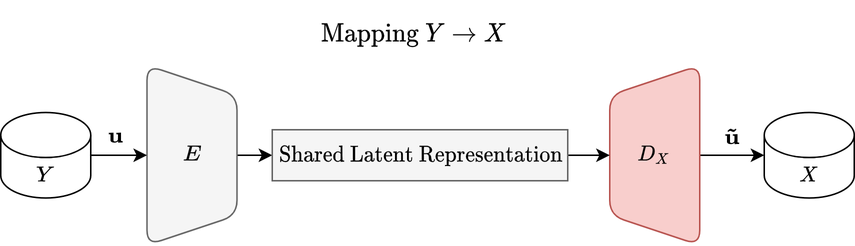
Before: report/assets/eval.png, a diagram exported from draw.io (HareshNasit/CSC413-Project). Source tidied: cells renumbered, new cells last; positions are measured from the earlier drawing's top-left corner, leaving out a move shared by most shapes.
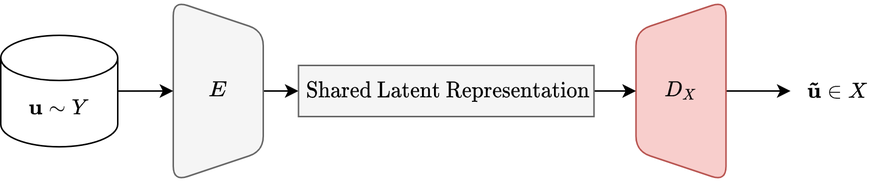
Later version of the same file.

The edit, as a diff of the source:
```diff
@@ -5,11 +5,13 @@
     <mxCell id="2" style="endArrow=classic;html=1;rounded=0;fontSize=14;entryX=0;entryY=0.5;entryDx=0;entryDy=0;exitX=1;exitY=0.5;exitDx=0;exitDy=0;" parent="1" edge="1" source="6" target="12">
       <mxGeometry relative="1" as="geometry" />
     </mxCell>
-    <mxCell id="3" style="endArrow=classic;html=1;rounded=0;fontSize=14;exitX=1;exitY=0.5;exitDx=0;exitDy=0;entryX=0;entryY=0.5;entryDx=0;entryDy=0;entryPerimeter=0;" parent="1" edge="1" source="9" target="14">
-      <mxGeometry relative="1" as="geometry" />
+    <mxCell id="3" style="endArrow=classic;html=1;rounded=0;fontSize=14;exitX=1;exitY=0.5;exitDx=0;exitDy=0;entryX=0;entryY=0.5;entryDx=0;entryDy=0;entryPerimeter=0;" parent="1" edge="1" source="9">
+      <mxGeometry relative="1" as="geometry">
+        <mxPoint x="517.5" y="89" as="targetPoint" />
+      </mxGeometry>
     </mxCell>
     <mxCell id="4" style="group;" parent="1" vertex="1">
-      <mxGeometry x="97.5" y="29" width="60" height="120" as="geometry" />
+      <mxGeometry x="106" y="29" width="60" height="120" as="geometry" />
     </mxCell>
     <mxCell id="5" style="shape=trapezoid;perimeter=trapezoidPerimeter;whiteSpace=wrap;html=1;fixedSize=1;rounded=1;fontSize=14;fillColor=#f5f5f5;rotation=90;strokeColor=#666666;fontColor=#333333;" parent="4" vertex="1">
       <mxGeometry x="-30" y="30" width="120" height="60" as="geometry" />
@@ -18,7 +20,7 @@
       <mxGeometry y="45" width="60" height="30" as="geometry" />
     </mxCell>
     <mxCell id="7" style="group;" parent="1" vertex="1">
-      <mxGeometry x="406" y="29" width="60" height="120" as="geometry" />
+      <mxGeometry x="414.5" y="29" width="60" height="120" as="geometry" />
     </mxCell>
     <mxCell id="8" style="shape=trapezoid;perimeter=trapezoidPerimeter;whiteSpace=wrap;html=1;fixedSize=1;rounded=1;fontSize=14;fillColor=#f8cecc;rotation=-90;strokeColor=#b85450;" parent="7" vertex="1">
       <mxGeometry x="-30" y="30" width="120" height="60" as="geometry" />
@@ -29,35 +31,23 @@
     <mxCell id="10" style="endArrow=classic;html=1;rounded=0;fontSize=14;exitX=1;exitY=0.5;exitDx=0;exitDy=0;entryX=0;entryY=0.5;entryDx=0;entryDy=0;" parent="1" edge="1" source="12" target="9">
       <mxGeometry relative="1" as="geometry" />
     </mxCell>
-    <mxCell id="11" style="endArrow=classic;html=1;rounded=0;fontSize=14;exitX=1;exitY=0.5;exitDx=0;exitDy=0;entryX=0;entryY=0.5;entryDx=0;entryDy=0;exitPerimeter=0;" parent="1" edge="1" source="16" target="6">
+    <mxCell id="11" style="endArrow=classic;html=1;rounded=0;fontSize=14;exitX=1;exitY=0.5;exitDx=0;exitDy=0;entryX=0;entryY=0.5;entryDx=0;entryDy=0;exitPerimeter=0;" parent="1" edge="1" source="15" target="6">
       <mxGeometry relative="1" as="geometry" />
     </mxCell>
     <mxCell id="12" style="rounded=0;whiteSpace=wrap;html=1;fillColor=#f5f5f5;strokeColor=#666666;fontColor=#333333;" parent="1" vertex="1">
-      <mxGeometry x="181" y="72" width="197" height="34" as="geometry" />
+      <mxGeometry x="189.5" y="72" width="197" height="34" as="geometry" />
     </mxCell>
     <mxCell id="13" value="$$\text{Shared Latent Representation}$$" style="text;html=1;strokeColor=none;fillColor=none;align=center;verticalAlign=middle;whiteSpace=wrap;rounded=0;" parent="12" vertex="1">
       <mxGeometry x="4.3" y="8.5" width="190.7" height="17" as="geometry" />
     </mxCell>
-    <mxCell id="14" style="shape=cylinder3;whiteSpace=wrap;html=1;boundedLbl=1;backgroundOutline=1;size=15;rounded=1;fontSize=14;" parent="1" vertex="1">
-      <mxGeometry x="509" y="60.5" width="60" height="57" as="geometry" />
+    <mxCell id="14" value="&lt;span style=&quot;color: rgb(0 , 0 , 0) ; font-family: &amp;#34;helvetica&amp;#34; ; font-size: 12px ; font-style: normal ; font-weight: 400 ; letter-spacing: normal ; text-align: center ; text-indent: 0px ; text-transform: none ; word-spacing: 0px ; background-color: rgb(248 , 249 , 250) ; display: inline ; float: none&quot;&gt;$$\mathbf{\tilde{u}} \in X$$&lt;/span&gt;" style="text;html=1;strokeColor=none;fillColor=none;align=center;verticalAlign=middle;whiteSpace=wrap;rounded=0;" parent="1" vertex="1">
+      <mxGeometry x="525.5" y="74" width="46" height="30" as="geometry" />
     </mxCell>
-    <mxCell id="15" value="&lt;span style=&quot;font-family: &amp;#34;helvetica&amp;#34;&quot;&gt;$$X$$&lt;/span&gt;" style="text;html=1;strokeColor=none;fillColor=none;align=center;verticalAlign=middle;whiteSpace=wrap;rounded=0;" parent="1" vertex="1">
-      <mxGeometry x="516" y="87.5" width="46" height="30" as="geometry" />
+    <mxCell id="15" style="shape=cylinder3;whiteSpace=wrap;html=1;boundedLbl=1;backgroundOutline=1;size=15;rounded=1;fontSize=14;" parent="1" vertex="1">
+      <mxGeometry x="-9" y="52" width="78" height="74.1" as="geometry" />
     </mxCell>
-    <mxCell id="16" style="shape=cylinder3;whiteSpace=wrap;html=1;boundedLbl=1;backgroundOutline=1;size=15;rounded=1;fontSize=14;" parent="1" vertex="1">
-      <mxGeometry y="60.5" width="60" height="57" as="geometry" />
+    <mxCell id="16" value="&lt;span style=&quot;font-family: &amp;#34;helvetica&amp;#34;&quot;&gt;$$\mathbf{u} \sim Y$$&lt;/span&gt;" style="text;html=1;strokeColor=none;fillColor=none;align=center;verticalAlign=middle;whiteSpace=wrap;rounded=0;" parent="1" vertex="1">
+      <mxGeometry x="7" y="86" width="46" height="30" as="geometry" />
     </mxCell>
-    <mxCell id="17" value="&lt;span style=&quot;font-family: &amp;#34;helvetica&amp;#34;&quot;&gt;$$Y$$&lt;/span&gt;" style="text;html=1;strokeColor=none;fillColor=none;align=center;verticalAlign=middle;whiteSpace=wrap;rounded=0;" parent="1" vertex="1">
-      <mxGeometry x="7" y="87.5" width="46" height="30" as="geometry" />
-    </mxCell>
-    <mxCell id="18" value="$$\text{Mapping } Y\rightarrow X$$" style="text;html=1;strokeColor=none;fillColor=none;align=center;verticalAlign=middle;whiteSpace=wrap;rounded=0;fontSize=14;" parent="1" vertex="1">
-      <mxGeometry x="180" width="190.7" height="17" as="geometry" />
-    </mxCell>
-    <mxCell id="19" value="&lt;meta charset=&quot;utf-8&quot;&gt;&lt;span style=&quot;color: rgb(0, 0, 0); font-family: helvetica; font-size: 12px; font-style: normal; font-weight: 400; letter-spacing: normal; text-align: center; text-indent: 0px; text-transform: none; word-spacing: 0px; background-color: rgb(248, 249, 250); display: inline; float: none;&quot;&gt;$$\mathbf{u}$$&lt;/span&gt;" style="text;html=1;strokeColor=none;fillColor=none;align=center;verticalAlign=middle;whiteSpace=wrap;rounded=0;" parent="1" vertex="1">
-      <mxGeometry x="54.2" y="62" width="46" height="30" as="geometry" />
-    </mxCell>
-    <mxCell id="20" value="&lt;span style=&quot;color: rgb(0 , 0 , 0) ; font-family: &amp;#34;helvetica&amp;#34; ; font-size: 12px ; font-style: normal ; font-weight: 400 ; letter-spacing: normal ; text-align: center ; text-indent: 0px ; text-transform: none ; word-spacing: 0px ; background-color: rgb(248 , 249 , 250) ; display: inline ; float: none&quot;&gt;$$\mathbf{\tilde{u}}$$&lt;/span&gt;" style="text;html=1;strokeColor=none;fillColor=none;align=center;verticalAlign=middle;whiteSpace=wrap;rounded=0;" parent="1" vertex="1">
-      <mxGeometry x="464.8" y="62" width="46" height="30" as="geometry" />
-    </mxCell>
   </root>
 </mxGraphModel>
```
